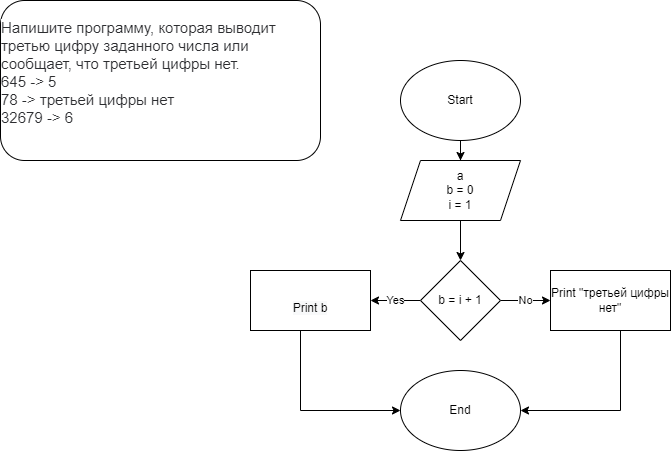
This is Задача10.png from AlexaKara/Programming-languages-C-, a draw.io export, as it was before one commit. Source tidied: cells renumbered, new cells last; positions are measured from the earlier drawing's top-left corner, leaving out a move shared by most shapes.
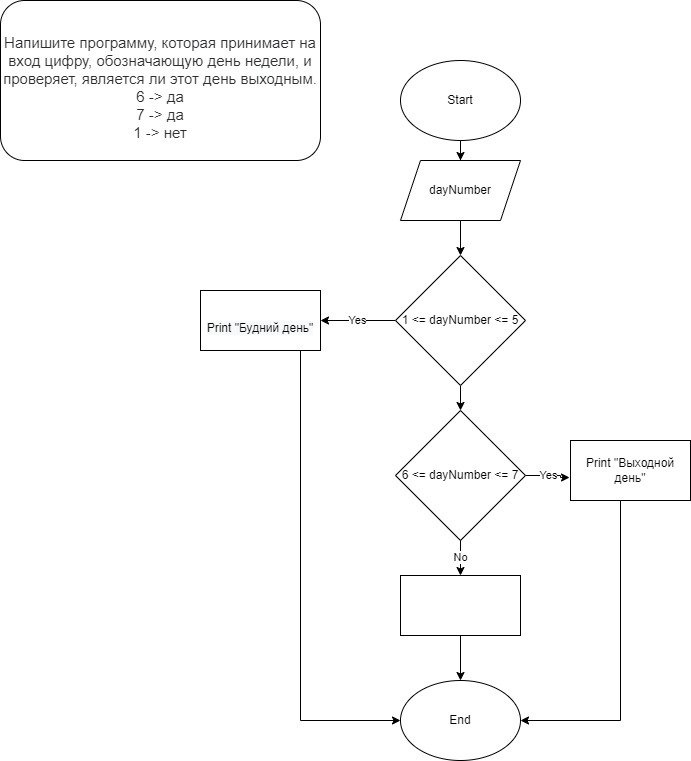
After the change.

The edit, as a diff of the source:
```diff
@@ -8,46 +8,71 @@
     <mxCell id="3" value="Start" style="ellipse;whiteSpace=wrap;html=1;" parent="1" vertex="1">
       <mxGeometry x="400" y="60" width="120" height="80" as="geometry" />
     </mxCell>
-    <mxCell id="4" value="&#10;&lt;p style=&quot;box-sizing: border-box; margin: 0px; font-weight: 400; color: rgb(44, 45, 48); font-family: Roboto, &amp;quot;San Francisco&amp;quot;, &amp;quot;Helvetica Neue&amp;quot;, Helvetica, Arial; font-size: 15px; font-style: normal; font-variant-ligatures: normal; font-variant-caps: normal; letter-spacing: normal; orphans: 2; text-align: start; text-indent: 0px; text-transform: none; widows: 2; word-spacing: 0px; -webkit-text-stroke-width: 0px; background-color: rgb(255, 255, 255); text-decoration-thickness: initial; text-decoration-style: initial; text-decoration-color: initial;&quot;&gt;Напишите программу, которая выводит третью цифру заданного числа или сообщает, что третьей цифры нет.&lt;/p&gt;&lt;p style=&quot;box-sizing: border-box; margin: 0px; font-weight: 400; color: rgb(44, 45, 48); font-family: Roboto, &amp;quot;San Francisco&amp;quot;, &amp;quot;Helvetica Neue&amp;quot;, Helvetica, Arial; font-size: 15px; font-style: normal; font-variant-ligatures: normal; font-variant-caps: normal; letter-spacing: normal; orphans: 2; text-align: start; text-indent: 0px; text-transform: none; widows: 2; word-spacing: 0px; -webkit-text-stroke-width: 0px; background-color: rgb(255, 255, 255); text-decoration-thickness: initial; text-decoration-style: initial; text-decoration-color: initial;&quot;&gt;645 -&amp;gt; 5&lt;/p&gt;&lt;p style=&quot;box-sizing: border-box; margin: 0px; font-weight: 400; color: rgb(44, 45, 48); font-family: Roboto, &amp;quot;San Francisco&amp;quot;, &amp;quot;Helvetica Neue&amp;quot;, Helvetica, Arial; font-size: 15px; font-style: normal; font-variant-ligatures: normal; font-variant-caps: normal; letter-spacing: normal; orphans: 2; text-align: start; text-indent: 0px; text-transform: none; widows: 2; word-spacing: 0px; -webkit-text-stroke-width: 0px; background-color: rgb(255, 255, 255); text-decoration-thickness: initial; text-decoration-style: initial; text-decoration-color: initial;&quot;&gt;78 -&amp;gt; третьей цифры нет&lt;/p&gt;&lt;p style=&quot;box-sizing: border-box; margin: 0px; font-weight: 400; color: rgb(44, 45, 48); font-family: Roboto, &amp;quot;San Francisco&amp;quot;, &amp;quot;Helvetica Neue&amp;quot;, Helvetica, Arial; font-size: 15px; font-style: normal; font-variant-ligatures: normal; font-variant-caps: normal; letter-spacing: normal; orphans: 2; text-align: start; text-indent: 0px; text-transform: none; widows: 2; word-spacing: 0px; -webkit-text-stroke-width: 0px; background-color: rgb(255, 255, 255); text-decoration-thickness: initial; text-decoration-style: initial; text-decoration-color: initial;&quot;&gt;32679 -&amp;gt; 6&lt;/p&gt;&#10;&#10;" style="rounded=1;whiteSpace=wrap;html=1;" parent="1" vertex="1">
+    <mxCell id="4" value="&lt;br&gt;&lt;span style=&quot;color: rgb(44, 45, 48); font-family: Roboto, &amp;quot;San Francisco&amp;quot;, &amp;quot;Helvetica Neue&amp;quot;, Helvetica, Arial; font-size: 15px; font-style: normal; font-variant-ligatures: normal; font-variant-caps: normal; font-weight: 400; letter-spacing: normal; orphans: 2; text-align: start; text-indent: 0px; text-transform: none; widows: 2; word-spacing: 0px; -webkit-text-stroke-width: 0px; background-color: rgb(255, 255, 255); text-decoration-thickness: initial; text-decoration-style: initial; text-decoration-color: initial; float: none; display: inline !important;&quot;&gt;Напишите программу, которая принимает на вход цифру, обозначающую день недели, и проверяет, является ли этот день выходным.&lt;/span&gt;&lt;br&gt;&lt;span style=&quot;color: rgb(44, 45, 48); font-family: Roboto, &amp;quot;San Francisco&amp;quot;, &amp;quot;Helvetica Neue&amp;quot;, Helvetica, Arial; font-size: 15px; text-align: start; background-color: rgb(255, 255, 255);&quot;&gt;6 -&amp;gt; да&lt;/span&gt;&lt;br style=&quot;box-sizing: border-box; color: rgb(44, 45, 48); font-family: Roboto, &amp;quot;San Francisco&amp;quot;, &amp;quot;Helvetica Neue&amp;quot;, Helvetica, Arial; font-size: 15px; text-align: start; background-color: rgb(255, 255, 255);&quot;&gt;&lt;span style=&quot;color: rgb(44, 45, 48); font-family: Roboto, &amp;quot;San Francisco&amp;quot;, &amp;quot;Helvetica Neue&amp;quot;, Helvetica, Arial; font-size: 15px; text-align: start; background-color: rgb(255, 255, 255);&quot;&gt;7 -&amp;gt; да&lt;/span&gt;&lt;br style=&quot;box-sizing: border-box; color: rgb(44, 45, 48); font-family: Roboto, &amp;quot;San Francisco&amp;quot;, &amp;quot;Helvetica Neue&amp;quot;, Helvetica, Arial; font-size: 15px; text-align: start; background-color: rgb(255, 255, 255);&quot;&gt;&lt;span style=&quot;color: rgb(44, 45, 48); font-family: Roboto, &amp;quot;San Francisco&amp;quot;, &amp;quot;Helvetica Neue&amp;quot;, Helvetica, Arial; font-size: 15px; text-align: start; background-color: rgb(255, 255, 255);&quot;&gt;1 -&amp;gt; нет&lt;/span&gt;" style="rounded=1;whiteSpace=wrap;html=1;" parent="1" vertex="1">
       <mxGeometry width="320" height="160" as="geometry" />
     </mxCell>
     <mxCell id="5" style="edgeStyle=orthogonalEdgeStyle;rounded=0;jettySize=auto;html=1;entryX=0.5;entryY=0;entryDx=0;entryDy=0;" parent="1" edge="1" source="6" target="9">
       <mxGeometry relative="1" as="geometry" />
     </mxCell>
-    <mxCell id="6" value="a&lt;br&gt;b = 0&lt;br&gt;i = 1" style="shape=parallelogram;perimeter=parallelogramPerimeter;whiteSpace=wrap;html=1;fixedSize=1;" parent="1" vertex="1">
+    <mxCell id="6" value="dayNumber" style="shape=parallelogram;perimeter=parallelogramPerimeter;whiteSpace=wrap;html=1;fixedSize=1;" parent="1" vertex="1">
       <mxGeometry x="400" y="160" width="120" height="60" as="geometry" />
     </mxCell>
-    <mxCell id="7" value="No" style="edgeStyle=orthogonalEdgeStyle;rounded=0;jettySize=auto;html=1;entryX=0;entryY=0.5;entryDx=0;entryDy=0;" parent="1" edge="1" source="9" target="11">
-      <mxGeometry relative="1" as="geometry" />
-    </mxCell>
     <mxCell id="8" value="Yes" style="edgeStyle=orthogonalEdgeStyle;rounded=0;jettySize=auto;html=1;entryX=1;entryY=0.5;entryDx=0;entryDy=0;" parent="1" edge="1" source="9" target="14">
       <mxGeometry relative="1" as="geometry" />
     </mxCell>
+    <mxCell id="15" style="edgeStyle=orthogonalEdgeStyle;rounded=0;jettySize=auto;html=1;" parent="1" edge="1" source="9" target="18">
+      <mxGeometry relative="1" as="geometry" />
+    </mxCell>
-    <mxCell id="9" value="b = i + 1" style="rhombus;whiteSpace=wrap;html=1;" parent="1" vertex="1">
-      <mxGeometry x="420" y="260" width="80" height="80" as="geometry" />
+    <mxCell id="9" value="1 &amp;lt;= dayNumber &amp;lt;= 5" style="rhombus;whiteSpace=wrap;html=1;" parent="1" vertex="1">
+      <mxGeometry x="395" y="255" width="130" height="130" as="geometry" />
     </mxCell>
     <mxCell id="10" style="edgeStyle=orthogonalEdgeStyle;rounded=0;jettySize=auto;html=1;" parent="1" edge="1" source="11" target="12">
       <mxGeometry relative="1" as="geometry">
         <Array as="points">
-          <mxPoint x="620" y="410" />
+          <mxPoint x="620" y="720" />
         </Array>
       </mxGeometry>
     </mxCell>
-    <mxCell id="11" value="Print &quot;третьей цифры нет&quot;" style="rounded=0;whiteSpace=wrap;html=1;" parent="1" vertex="1">
-      <mxGeometry x="550" y="270" width="120" height="60" as="geometry" />
+    <mxCell id="11" value="Print &quot;Выходной день&quot;" style="rounded=0;whiteSpace=wrap;html=1;" parent="1" vertex="1">
+      <mxGeometry x="570" y="440" width="120" height="60" as="geometry" />
     </mxCell>
     <mxCell id="12" value="End" style="ellipse;whiteSpace=wrap;html=1;" parent="1" vertex="1">
-      <mxGeometry x="400" y="370" width="120" height="80" as="geometry" />
+      <mxGeometry x="400" y="680" width="120" height="80" as="geometry" />
     </mxCell>
     <mxCell id="13" style="edgeStyle=orthogonalEdgeStyle;rounded=0;jettySize=auto;html=1;" parent="1" edge="1" source="14" target="12">
       <mxGeometry relative="1" as="geometry">
         <Array as="points">
-          <mxPoint x="300" y="410" />
+          <mxPoint x="300" y="720" />
         </Array>
       </mxGeometry>
     </mxCell>
-    <mxCell id="14" value="&lt;br&gt;&lt;span style=&quot;color: rgb(0, 0, 0); font-family: Helvetica; font-size: 12px; font-style: normal; font-variant-ligatures: normal; font-variant-caps: normal; font-weight: 400; letter-spacing: normal; orphans: 2; text-align: center; text-indent: 0px; text-transform: none; widows: 2; word-spacing: 0px; -webkit-text-stroke-width: 0px; background-color: rgb(248, 249, 250); text-decoration-thickness: initial; text-decoration-style: initial; text-decoration-color: initial; float: none; display: inline !important;&quot;&gt;Print b&lt;/span&gt;" style="rounded=0;whiteSpace=wrap;html=1;" parent="1" vertex="1">
-      <mxGeometry x="250" y="270" width="120" height="60" as="geometry" />
+    <mxCell id="14" value="&lt;br&gt;&lt;span style=&quot;color: rgb(0, 0, 0); font-family: Helvetica; font-size: 12px; font-style: normal; font-variant-ligatures: normal; font-variant-caps: normal; font-weight: 400; letter-spacing: normal; orphans: 2; text-align: center; text-indent: 0px; text-transform: none; widows: 2; word-spacing: 0px; -webkit-text-stroke-width: 0px; background-color: rgb(248, 249, 250); text-decoration-thickness: initial; text-decoration-style: initial; text-decoration-color: initial; float: none; display: inline !important;&quot;&gt;Print &quot;Будний день&quot;&lt;/span&gt;" style="rounded=0;whiteSpace=wrap;html=1;" parent="1" vertex="1">
+      <mxGeometry x="200" y="290" width="120" height="60" as="geometry" />
     </mxCell>
+    <mxCell id="16" value="Yes" style="edgeStyle=orthogonalEdgeStyle;rounded=0;jettySize=auto;html=1;entryX=-0.008;entryY=0.617;entryDx=0;entryDy=0;entryPerimeter=0;" parent="1" edge="1" source="18" target="11">
+      <mxGeometry relative="1" as="geometry">
+        <Array as="points">
+          <mxPoint x="560" y="475" />
+          <mxPoint x="560" y="477" />
+        </Array>
+      </mxGeometry>
+    </mxCell>
+    <mxCell id="17" style="edgeStyle=orthogonalEdgeStyle;rounded=0;jettySize=auto;html=1;" parent="1" edge="1" source="18">
+      <mxGeometry relative="1" as="geometry">
+        <mxPoint x="460" y="505" as="targetPoint" />
+      </mxGeometry>
+    </mxCell>
+    <mxCell id="7" value="No" style="edgeStyle=orthogonalEdgeStyle;rounded=0;jettySize=auto;html=1;" parent="1" edge="1" source="18" target="20">
+      <mxGeometry relative="1" as="geometry" />
+    </mxCell>
+    <mxCell id="18" value="6 &amp;lt;= dayNumber &amp;lt;= 7" style="rhombus;whiteSpace=wrap;html=1;" parent="1" vertex="1">
+      <mxGeometry x="395" y="410" width="130" height="130" as="geometry" />
+    </mxCell>
+    <mxCell id="19" style="edgeStyle=orthogonalEdgeStyle;rounded=0;jettySize=auto;html=1;entryX=0.5;entryY=0;entryDx=0;entryDy=0;" parent="1" edge="1" source="20" target="12">
+      <mxGeometry relative="1" as="geometry" />
+    </mxCell>
+    <mxCell id="20" style="rounded=0;whiteSpace=wrap;html=1;" parent="1" vertex="1">
+      <mxGeometry x="400" y="575" width="120" height="60" as="geometry" />
+    </mxCell>
   </root>
 </mxGraphModel>
```
